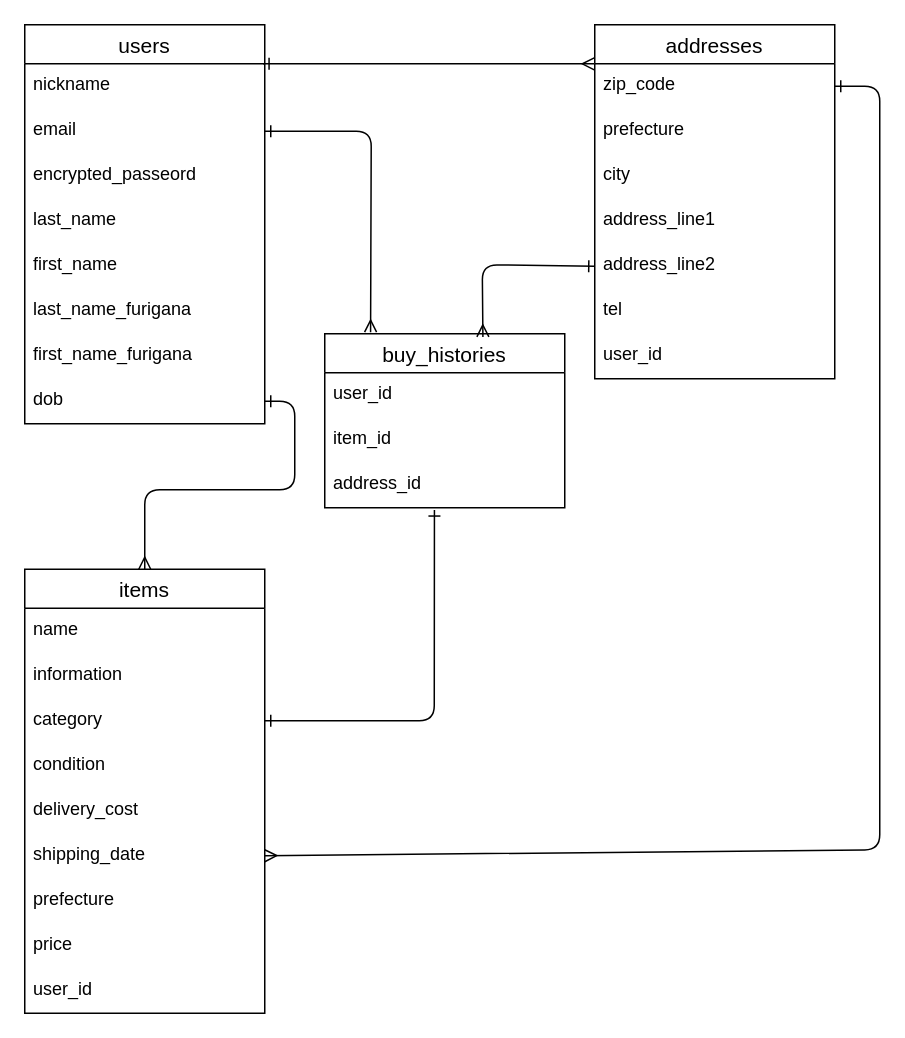
Before: furima.dio in komachihashimoto/furima-_39946, a draw.io diagram. Source tidied: cells renumbered, new cells numbered last; positions are measured from the earlier drawing's top-left corner, leaving out a move shared by most shapes. Both pictures are drawn from the tidied source at 150%, with x=0, y=0 at pixel (24, 24).
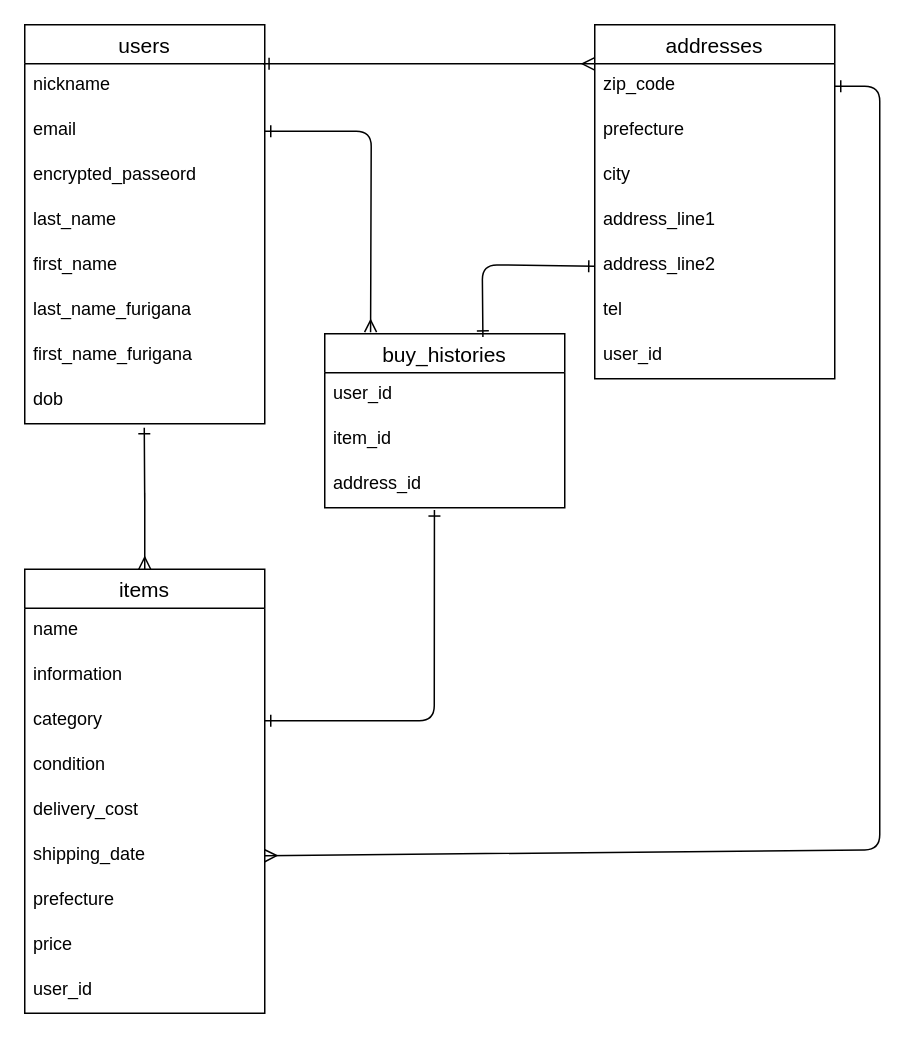
Above is the later version.

Commit message (it also covers changes not shown here):
db設計の修正4

Unchanged cells that the change refers to:
```xml
<mxCell id="10" value="dob" style="text;strokeColor=none;fillColor=none;spacingLeft=4;spacingRight=4;overflow=hidden;points=[[0,0.5],[1,0.5]];portConstraint=eastwest;fontSize=12;" parent="2" vertex="1">
  <mxGeometry y="236" width="160" height="30" as="geometry" />
</mxCell>
<mxCell id="11" value="items" style="swimlane;fontStyle=0;horizontal=1;startSize=26;align=center;fontSize=14;" parent="1" vertex="1">
  <mxGeometry y="363" width="160" height="296" as="geometry" />
</mxCell>
<mxCell id="21" value="buy_histories" style="swimlane;fontStyle=0;horizontal=1;startSize=26;align=center;fontSize=14;" parent="1" vertex="1">
  <mxGeometry x="200" y="206" width="160" height="116" as="geometry" />
</mxCell>
<mxCell id="30" value="address_line2" style="text;strokeColor=none;fillColor=none;spacingLeft=4;spacingRight=4;overflow=hidden;points=[[0,0.5],[1,0.5]];portConstraint=eastwest;fontSize=12;" parent="25" vertex="1">
  <mxGeometry y="146" width="160" height="30" as="geometry" />
</mxCell>
```

Change to the diagram source:
```diff
@@
-    <mxCell id="36" style="edgeStyle=none;html=1;exitX=1;exitY=0.5;exitDx=0;exitDy=0;entryX=0.5;entryY=0;entryDx=0;entryDy=0;startArrow=ERone;startFill=0;endArrow=ERmany;endFill=0;" parent="1" edge="1" source="10" target="11">
+    <mxCell id="36" style="edgeStyle=none;html=1;exitX=0.498;exitY=1.087;exitDx=0;exitDy=0;entryX=0.5;entryY=0;entryDx=0;entryDy=0;startArrow=ERone;startFill=0;endArrow=ERmany;endFill=0;exitPerimeter=0;" parent="1" edge="1" source="10" target="11">
       <mxGeometry relative="1" as="geometry">
         <Array as="points">
-          <mxPoint x="180" y="251" />
-          <mxPoint x="180" y="310" />
+          <mxPoint x="80" y="320" />
           <mxPoint x="80" y="310" />
         </Array>
       </mxGeometry>
     </mxCell>
-    <mxCell id="37" style="edgeStyle=none;html=1;exitX=0;exitY=0.5;exitDx=0;exitDy=0;entryX=0.659;entryY=0.018;entryDx=0;entryDy=0;entryPerimeter=0;startArrow=ERone;startFill=0;endArrow=ERmany;endFill=0;" parent="1" edge="1" source="30" target="21">
+    <mxCell id="37" style="edgeStyle=none;html=1;exitX=0;exitY=0.5;exitDx=0;exitDy=0;entryX=0.659;entryY=0.018;entryDx=0;entryDy=0;entryPerimeter=0;startArrow=ERone;startFill=0;endArrow=ERone;endFill=0;" parent="1" edge="1" source="30" target="21">
       <mxGeometry relative="1" as="geometry">
         <Array as="points">
           <mxPoint x="305" y="160" />
         </Array>
       </mxGeometry>
     </mxCell>
```
